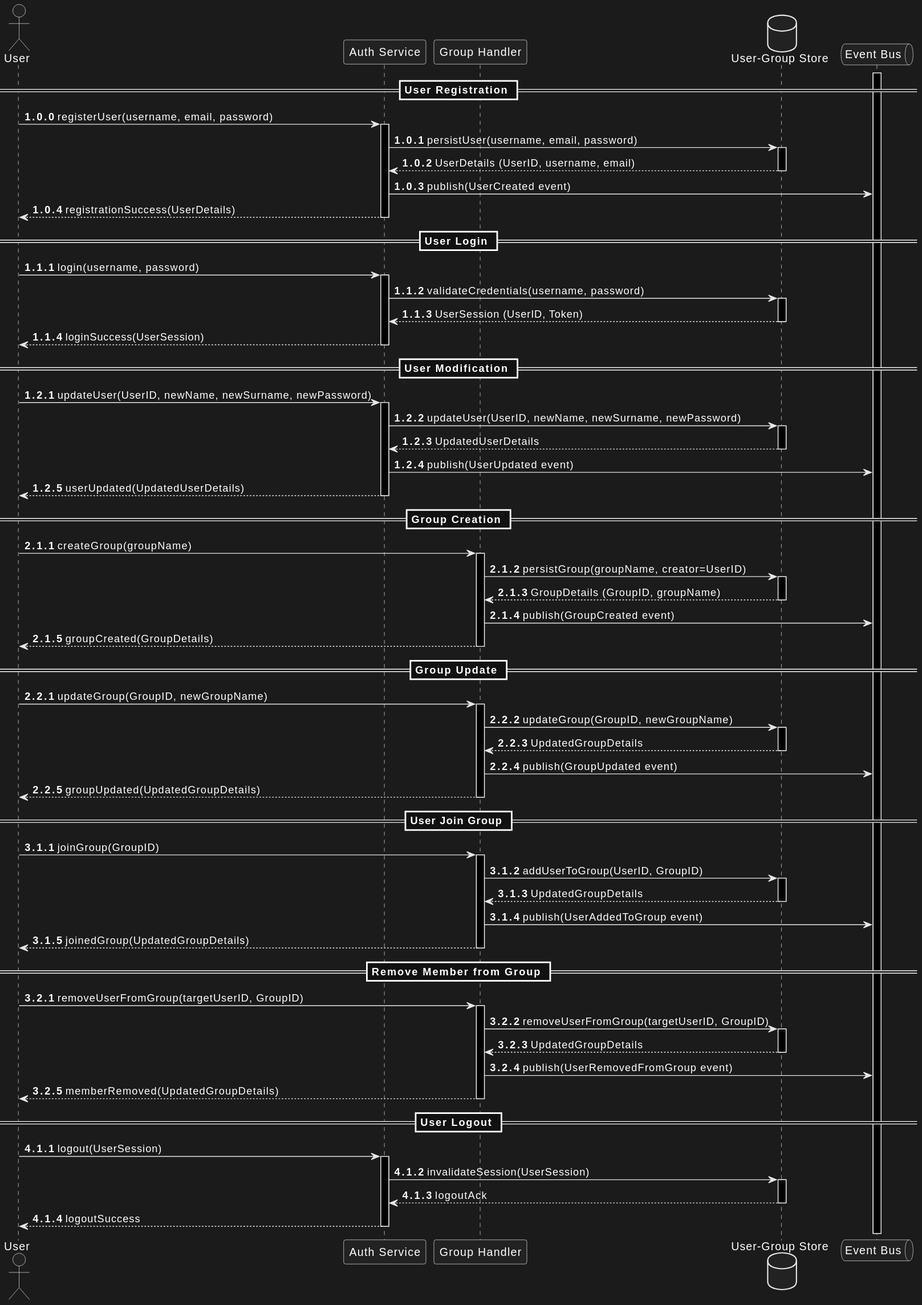
Before: res/user-group-service-full-behavior-dark.svg, a diagram exported from PlantUML (position-pal/position-pal.github.io).
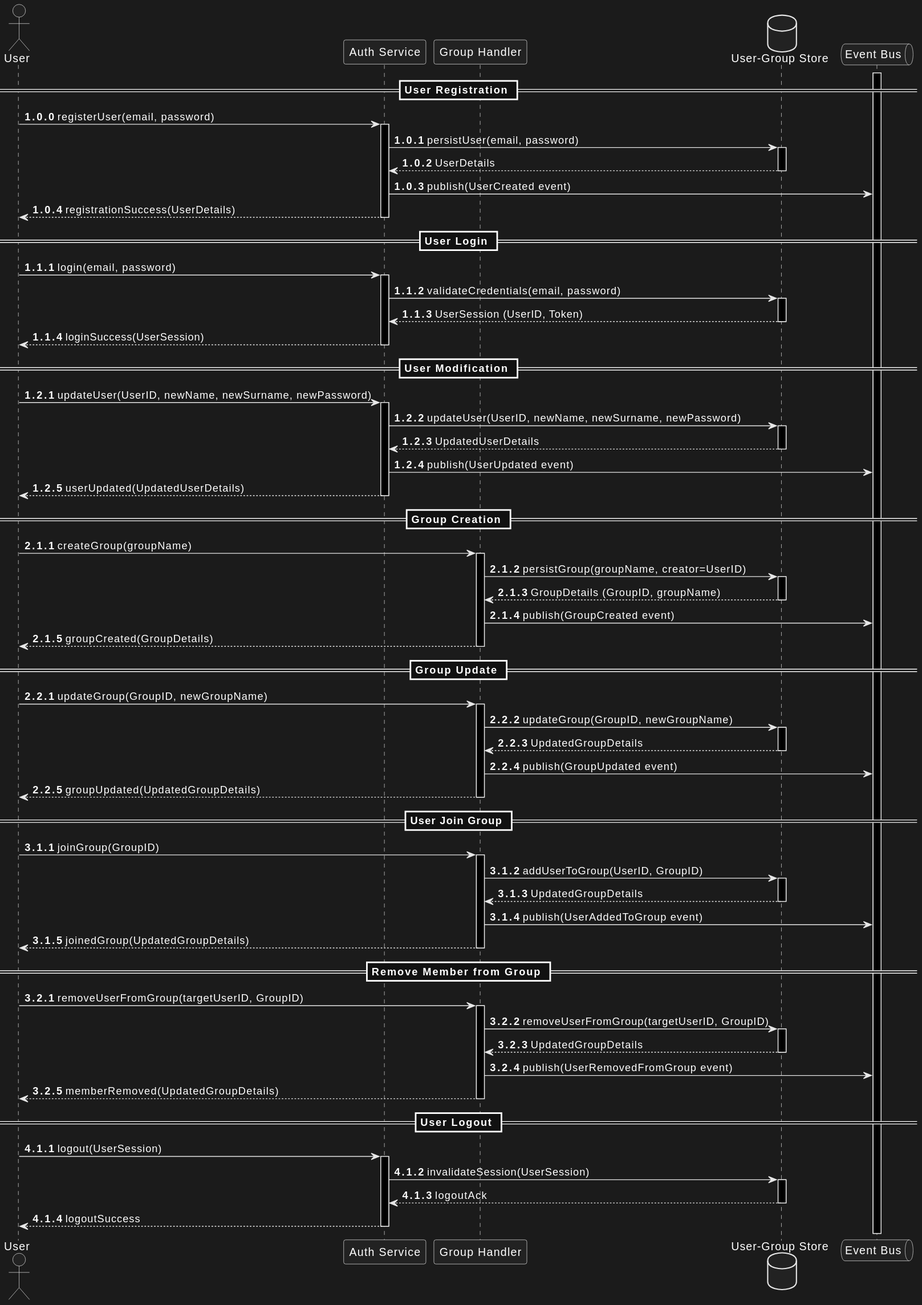
The same file after the commit.

Change to the diagram source:
```diff
@@ -10,11 +10,11 @@
 activate EB
 
 == User Registration ==
-U -> AS: registerUser(username, email, password)
+U -> AS: registerUser(email, password)
 activate AS
-AS -> UGS: persistUser(username, email, password)
+AS -> UGS: persistUser(email, password)
 activate UGS
-UGS --> AS: UserDetails (UserID, username, email)
+UGS --> AS: UserDetails
 deactivate UGS
 AS -> EB: publish(UserCreated event)
 AS --> U: registrationSuccess(UserDetails)
@@ -22,9 +22,9 @@
 
 == User Login ==
 autonumber inc B
-U -> AS: login(username, password)
+U -> AS: login(email, password)
 activate AS
-AS -> UGS: validateCredentials(username, password)
+AS -> UGS: validateCredentials(email, password)
 activate UGS
 UGS --> AS: UserSession (UserID, Token)
 deactivate UGS
```
